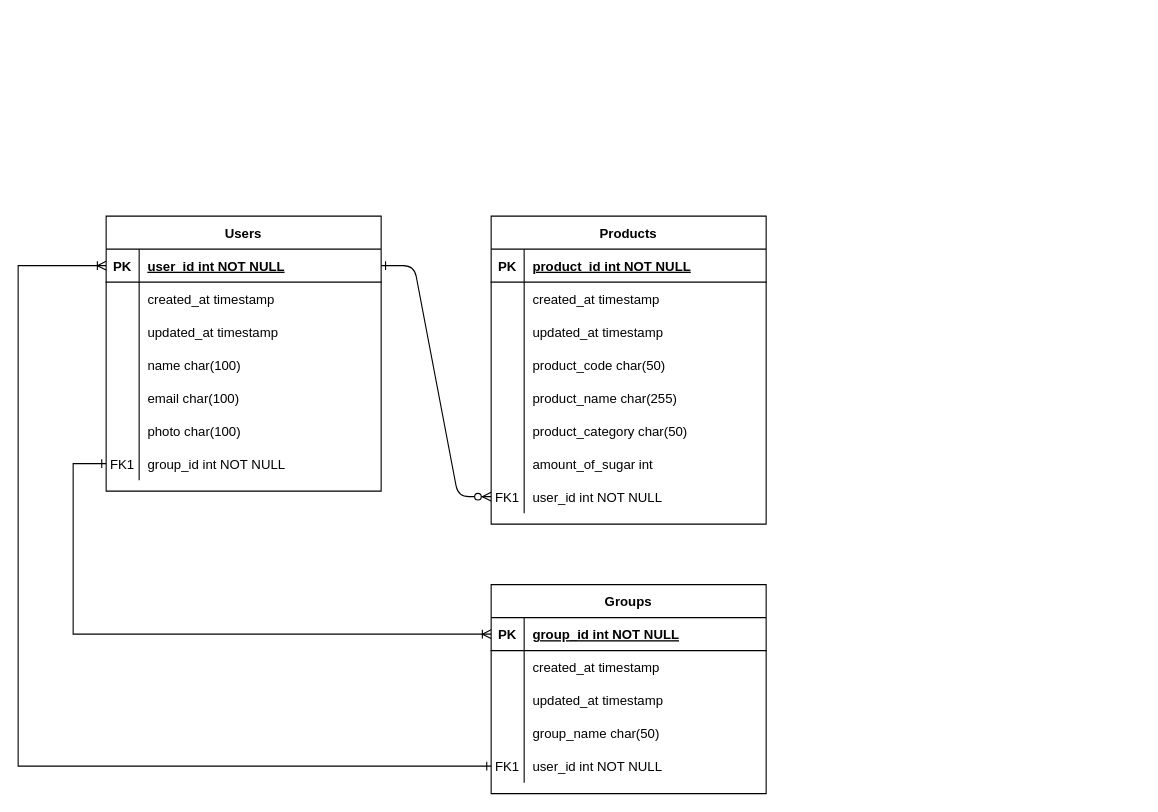
luth-fi02/drawio keeps this draw.io diagram as ERD.drawio. Above is the earlier version. Source tidied: cells renumbered, new cells numbered last; positions are measured from the earlier drawing's top-left corner, leaving out a move shared by most shapes. Both pictures are drawn from the tidied source at 110%, with x=0, y=0 at pixel (18, 216).
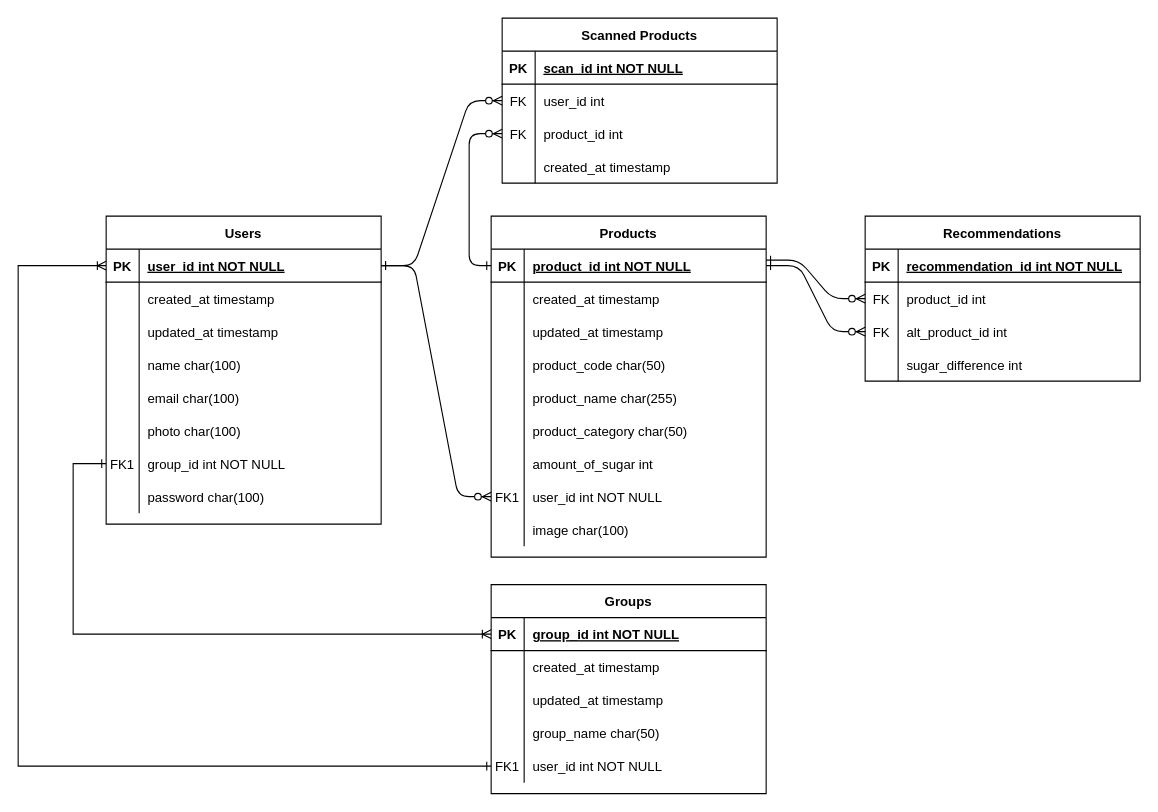
The same page after the edit.

Unchanged cells that the change refers to:
```xml
<mxCell id="4" style="shape=partialRectangle;fillColor=none;points=[[0,0.5],[1,0.5]];portConstraint=eastwest;top=0;left=0;right=0;bottom=1;" parent="3" vertex="1">
  <mxGeometry y="30" width="250" height="30" as="geometry" />
</mxCell>
<mxCell id="45" style="shape=partialRectangle;fillColor=none;points=[[0,0.5],[1,0.5]];portConstraint=eastwest;top=0;left=0;right=0;bottom=1;" parent="44" vertex="1">
  <mxGeometry y="30" width="250" height="30" as="geometry" />
</mxCell>
```

The edit, as a diff of the source:
```diff
@@
+    <mxCell id="68" style="edgeStyle=elbowEdgeStyle;endArrow=ERzeroToMany;startArrow=ERone;endFill=1;startFill=0;exitX=0;exitY=0.5;exitDx=0;exitDy=0;entryX=0;entryY=0.5;entryDx=0;entryDy=0;" parent="1" edge="1" source="4" target="97">
+      <mxGeometry relative="1" as="geometry">
+        <Array as="points">
+          <mxPoint x="410" y="-20" />
+        </Array>
+      </mxGeometry>
+    </mxCell>
@@
     <mxCell id="3" value="Products" style="shape=table;startSize=30;childLayout=tableLayout;rowLines=0;fontStyle=1;align=center;" parent="1" vertex="1">
-      <mxGeometry x="430" width="250" height="280" as="geometry" />
+      <mxGeometry x="430" width="250" height="310" as="geometry" />
     </mxCell>
@@
+    <mxCell id="69" style="shape=partialRectangle;fillColor=none;top=0;left=0;right=0;bottom=0;" parent="3" vertex="1">
+      <mxGeometry y="270" width="250" height="30" as="geometry" />
+    </mxCell>
+    <mxCell id="70" style="shape=partialRectangle;overflow=hidden;fillColor=none;top=0;left=0;bottom=0;right=0;" parent="69" vertex="1">
+      <mxGeometry width="30" height="30" as="geometry" />
+    </mxCell>
+    <mxCell id="71" value="image char(100)" style="shape=partialRectangle;overflow=hidden;fillColor=none;top=0;left=0;bottom=0;right=0;align=left;spacingLeft=6;" parent="69" vertex="1">
+      <mxGeometry x="30" width="220" height="30" as="geometry" />
+    </mxCell>
@@
     <mxCell id="44" value="Users" style="shape=table;startSize=30;childLayout=tableLayout;rowLines=0;fontStyle=1;align=center;" parent="1" vertex="1">
-      <mxGeometry x="80" width="250" height="250" as="geometry" />
+      <mxGeometry x="80" width="250" height="280" as="geometry" />
     </mxCell>
@@
+    <mxCell id="72" style="shape=partialRectangle;fillColor=none;top=0;left=0;right=0;bottom=0;" parent="44" vertex="1">
+      <mxGeometry y="240" width="250" height="30" as="geometry" />
+    </mxCell>
+    <mxCell id="73" style="shape=partialRectangle;overflow=hidden;fillColor=none;top=0;left=0;bottom=0;right=0;" parent="72" vertex="1">
+      <mxGeometry width="30" height="30" as="geometry" />
+    </mxCell>
+    <mxCell id="74" value="password char(100)" style="shape=partialRectangle;overflow=hidden;fillColor=none;top=0;left=0;bottom=0;right=0;align=left;spacingLeft=6;" parent="72" vertex="1">
+      <mxGeometry x="30" width="220" height="30" as="geometry" />
+    </mxCell>
@@
+    <mxCell id="75" value="Recommendations" style="shape=table;startSize=30;childLayout=tableLayout;rowLines=0;fontStyle=1;align=center;" parent="1" vertex="1">
+      <mxGeometry x="770" width="250" height="150" as="geometry" />
+    </mxCell>
+    <mxCell id="76" style="shape=partialRectangle;fillColor=none;top=0;left=0;right=0;bottom=1;" parent="75" vertex="1">
+      <mxGeometry y="30" width="250" height="30" as="geometry" />
+    </mxCell>
+    <mxCell id="77" value="PK" style="shape=partialRectangle;overflow=hidden;fillColor=none;top=0;left=0;bottom=0;right=0;fontStyle=1;" parent="76" vertex="1">
+      <mxGeometry width="30" height="30" as="geometry" />
+    </mxCell>
+    <mxCell id="78" value="recommendation_id int NOT NULL " style="shape=partialRectangle;overflow=hidden;fillColor=none;top=0;left=0;bottom=0;right=0;align=left;spacingLeft=6;fontStyle=5;" parent="76" vertex="1">
+      <mxGeometry x="30" width="220" height="30" as="geometry" />
+    </mxCell>
+    <mxCell id="79" style="shape=partialRectangle;fillColor=none;points=[[0,0.5],[1,0.5]];portConstraint=eastwest;top=0;left=0;right=0;bottom=0;" parent="75" vertex="1">
+      <mxGeometry y="60" width="250" height="30" as="geometry" />
+    </mxCell>
+    <mxCell id="80" value="FK" style="shape=partialRectangle;overflow=hidden;fillColor=none;top=0;left=0;bottom=0;right=0;" parent="79" vertex="1">
+      <mxGeometry width="30" height="30" as="geometry" />
+    </mxCell>
+    <mxCell id="81" value="product_id int" style="shape=partialRectangle;overflow=hidden;fillColor=none;top=0;left=0;bottom=0;right=0;align=left;spacingLeft=6;" parent="79" vertex="1">
+      <mxGeometry x="30" width="220" height="30" as="geometry" />
+    </mxCell>
+    <mxCell id="82" style="shape=partialRectangle;fillColor=none;points=[[0,0.5],[1,0.5]];portConstraint=eastwest;top=0;left=0;right=0;bottom=0;" parent="75" vertex="1">
+      <mxGeometry y="90" width="250" height="30" as="geometry" />
+    </mxCell>
+    <mxCell id="83" value="FK" style="shape=partialRectangle;overflow=hidden;fillColor=none;top=0;left=0;bottom=0;right=0;" parent="82" vertex="1">
+      <mxGeometry width="30" height="30" as="geometry" />
+    </mxCell>
+    <mxCell id="84" value="alt_product_id int" style="shape=partialRectangle;overflow=hidden;fillColor=none;top=0;left=0;bottom=0;right=0;align=left;spacingLeft=6;" parent="82" vertex="1">
+      <mxGeometry x="30" width="220" height="30" as="geometry" />
+    </mxCell>
+    <mxCell id="85" style="shape=partialRectangle;fillColor=none;top=0;left=0;right=0;bottom=0;" parent="75" vertex="1">
+      <mxGeometry y="120" width="250" height="30" as="geometry" />
+    </mxCell>
+    <mxCell id="86" style="shape=partialRectangle;overflow=hidden;fillColor=none;top=0;left=0;bottom=0;right=0;" parent="85" vertex="1">
+      <mxGeometry width="30" height="30" as="geometry" />
+    </mxCell>
+    <mxCell id="87" value="sugar_difference int" style="shape=partialRectangle;overflow=hidden;fillColor=none;top=0;left=0;bottom=0;right=0;align=left;spacingLeft=6;" parent="85" vertex="1">
+      <mxGeometry x="30" width="220" height="30" as="geometry" />
+    </mxCell>
+    <mxCell id="88" style="edgeStyle=entityRelationEdgeStyle;endArrow=ERzeroToMany;startArrow=ERone;endFill=1;startFill=0;entryX=0;entryY=0.5;entryDx=0;entryDy=0;" parent="1" edge="1" target="79">
+      <mxGeometry relative="1" as="geometry">
+        <mxPoint x="680" y="40" as="sourcePoint" />
+        <Array as="points">
+          <mxPoint x="790" y="155" />
+        </Array>
+      </mxGeometry>
+    </mxCell>
+    <mxCell id="89" style="edgeStyle=entityRelationEdgeStyle;endArrow=ERzeroToMany;startArrow=ERone;endFill=1;startFill=0;entryX=0;entryY=0.5;entryDx=0;entryDy=0;exitX=1;exitY=0.5;exitDx=0;exitDy=0;" parent="1" edge="1" source="4" target="82">
+      <mxGeometry relative="1" as="geometry">
+        <Array as="points">
+          <mxPoint x="800" y="165" />
+        </Array>
+      </mxGeometry>
+    </mxCell>
+    <mxCell id="90" value="Scanned Products" style="shape=table;startSize=30;childLayout=tableLayout;rowLines=0;fontStyle=1;align=center;" parent="1" vertex="1">
+      <mxGeometry x="440" y="-180" width="250" height="150" as="geometry" />
+    </mxCell>
+    <mxCell id="91" style="shape=partialRectangle;fillColor=none;top=0;left=0;right=0;bottom=1;" parent="90" vertex="1">
+      <mxGeometry y="30" width="250" height="30" as="geometry" />
+    </mxCell>
+    <mxCell id="92" value="PK" style="shape=partialRectangle;overflow=hidden;fillColor=none;top=0;left=0;bottom=0;right=0;fontStyle=1;" parent="91" vertex="1">
+      <mxGeometry width="30" height="30" as="geometry" />
+    </mxCell>
+    <mxCell id="93" value="scan_id int NOT NULL " style="shape=partialRectangle;overflow=hidden;fillColor=none;top=0;left=0;bottom=0;right=0;align=left;spacingLeft=6;fontStyle=5;" parent="91" vertex="1">
+      <mxGeometry x="30" width="220" height="30" as="geometry" />
+    </mxCell>
+    <mxCell id="94" style="shape=partialRectangle;fillColor=none;points=[[0,0.5],[1,0.5]];portConstraint=eastwest;top=0;left=0;right=0;bottom=0;" parent="90" vertex="1">
+      <mxGeometry y="60" width="250" height="30" as="geometry" />
+    </mxCell>
+    <mxCell id="95" value="FK" style="shape=partialRectangle;overflow=hidden;fillColor=none;top=0;left=0;bottom=0;right=0;" parent="94" vertex="1">
+      <mxGeometry width="30" height="30" as="geometry" />
+    </mxCell>
+    <mxCell id="96" value="user_id int" style="shape=partialRectangle;overflow=hidden;fillColor=none;top=0;left=0;bottom=0;right=0;align=left;spacingLeft=6;" parent="94" vertex="1">
+      <mxGeometry x="30" width="220" height="30" as="geometry" />
+    </mxCell>
+    <mxCell id="97" style="shape=partialRectangle;fillColor=none;points=[[0,0.5],[1,0.5]];portConstraint=eastwest;top=0;left=0;right=0;bottom=0;" parent="90" vertex="1">
+      <mxGeometry y="90" width="250" height="30" as="geometry" />
+    </mxCell>
+    <mxCell id="98" value="FK" style="shape=partialRectangle;overflow=hidden;fillColor=none;top=0;left=0;bottom=0;right=0;" parent="97" vertex="1">
+      <mxGeometry width="30" height="30" as="geometry" />
+    </mxCell>
+    <mxCell id="99" value="product_id int" style="shape=partialRectangle;overflow=hidden;fillColor=none;top=0;left=0;bottom=0;right=0;align=left;spacingLeft=6;" parent="97" vertex="1">
+      <mxGeometry x="30" width="220" height="30" as="geometry" />
+    </mxCell>
+    <mxCell id="100" style="shape=partialRectangle;fillColor=none;top=0;left=0;right=0;bottom=0;" parent="90" vertex="1">
+      <mxGeometry y="120" width="250" height="30" as="geometry" />
+    </mxCell>
+    <mxCell id="101" style="shape=partialRectangle;overflow=hidden;fillColor=none;top=0;left=0;bottom=0;right=0;" parent="100" vertex="1">
+      <mxGeometry width="30" height="30" as="geometry" />
+    </mxCell>
+    <mxCell id="102" value="created_at timestamp" style="shape=partialRectangle;overflow=hidden;fillColor=none;top=0;left=0;bottom=0;right=0;align=left;spacingLeft=6;" parent="100" vertex="1">
+      <mxGeometry x="30" width="220" height="30" as="geometry" />
+    </mxCell>
+    <mxCell id="103" style="edgeStyle=entityRelationEdgeStyle;endArrow=ERzeroToMany;startArrow=ERone;endFill=1;startFill=0;exitX=1;exitY=0.5;exitDx=0;exitDy=0;entryX=0;entryY=0.5;entryDx=0;entryDy=0;" parent="1" edge="1" source="45" target="94">
+      <mxGeometry relative="1" as="geometry">
+        <Array as="points">
+          <mxPoint x="420" y="110" />
+          <mxPoint x="730" y="50" />
+          <mxPoint x="520" y="300" />
+          <mxPoint x="410" y="170" />
+        </Array>
+      </mxGeometry>
+    </mxCell>
```
